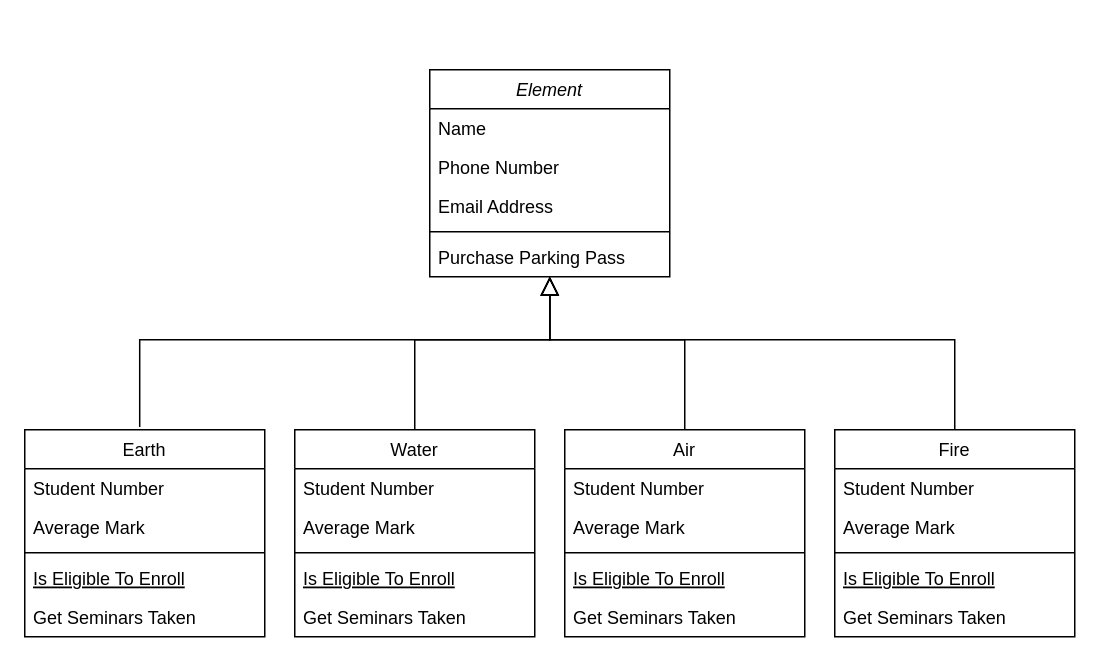
Before: UML/WarWorks.drawio in TygoB-B5/Warworks, a draw.io diagram. Source tidied: cells renumbered, new cells numbered last; positions are measured from the earlier drawing's top-left corner, leaving out a move shared by most shapes. Both pictures are drawn from the tidied source at 150%, with x=0, y=0 at pixel (24, 69).
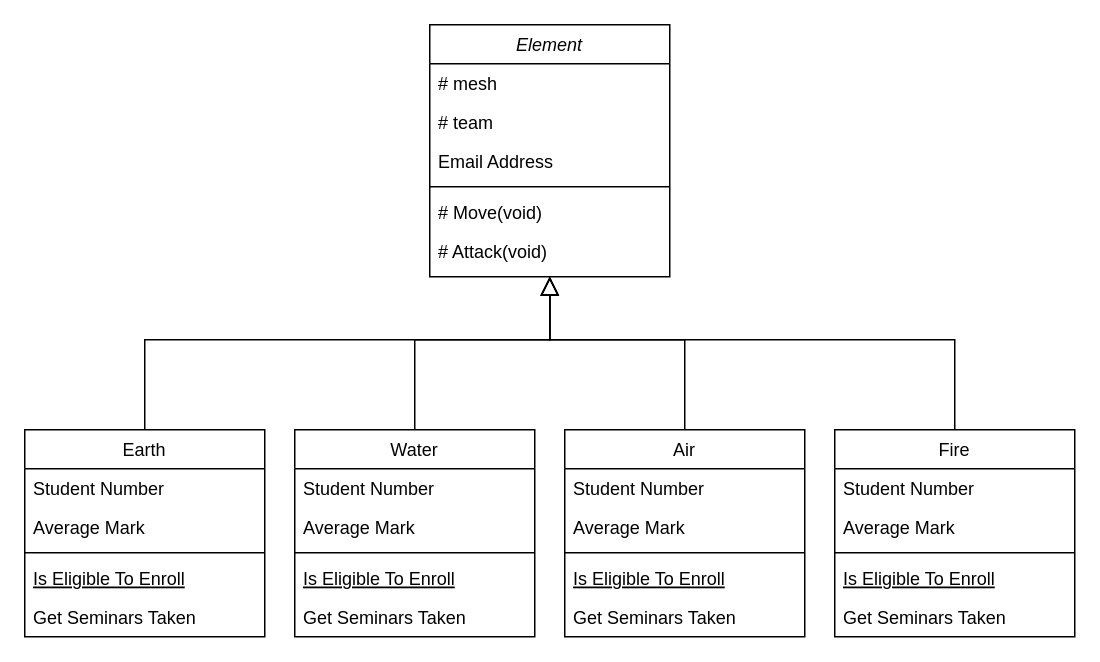
Above is the later version.

Unchanged cells that the change refers to:
```xml
<mxCell id="28" value="Earth" style="swimlane;fontStyle=0;align=center;verticalAlign=top;horizontal=1;startSize=26;rounded=0;shadow=0;strokeWidth=1;" parent="1" vertex="1">
  <mxGeometry y="240" width="160" height="138" as="geometry" />
</mxCell>
```

What changed in the source:
```diff
@@
     <mxCell id="2" value="Element" style="swimlane;fontStyle=2;align=center;verticalAlign=top;horizontal=1;startSize=26;rounded=0;shadow=0;strokeWidth=1;" parent="1" vertex="1">
-      <mxGeometry x="270" width="160" height="138" as="geometry" />
+      <mxGeometry x="270" y="-30" width="160" height="168" as="geometry" />
     </mxCell>
-    <mxCell id="3" value="Name" style="text;align=left;verticalAlign=top;spacingLeft=4;spacingRight=4;overflow=hidden;" parent="2" vertex="1">
+    <mxCell id="3" value="# mesh" style="text;align=left;verticalAlign=top;spacingLeft=4;spacingRight=4;overflow=hidden;" parent="2" vertex="1">
       <mxGeometry y="26" width="160" height="26" as="geometry" />
     </mxCell>
-    <mxCell id="4" value="Phone Number" style="text;align=left;verticalAlign=top;spacingLeft=4;spacingRight=4;overflow=hidden;rounded=0;shadow=0;html=0;" parent="2" vertex="1">
+    <mxCell id="4" value="# team" style="text;align=left;verticalAlign=top;spacingLeft=4;spacingRight=4;overflow=hidden;rounded=0;shadow=0;html=0;" parent="2" vertex="1">
       <mxGeometry y="52" width="160" height="26" as="geometry" />
     </mxCell>
@@
-    <mxCell id="7" value="Purchase Parking Pass" style="text;align=left;verticalAlign=top;spacingLeft=4;spacingRight=4;overflow=hidden;points=[[0,0.5],[1,0.5]];portConstraint=eastwest;" parent="2" vertex="1">
+    <mxCell id="7" value="# Move(void)" style="text;align=left;verticalAlign=top;spacingLeft=4;spacingRight=4;overflow=hidden;points=[[0,0.5],[1,0.5]];portConstraint=eastwest;" parent="2" vertex="1">
       <mxGeometry y="112" width="160" height="26" as="geometry" />
     </mxCell>
+    <mxCell id="36" value="# Attack(void)" style="text;align=left;verticalAlign=top;spacingLeft=4;spacingRight=4;overflow=hidden;" parent="2" vertex="1">
+      <mxGeometry y="138" width="160" height="26" as="geometry" />
+    </mxCell>
@@
-    <mxCell id="35" style="endArrow=block;endSize=10;endFill=0;shadow=0;strokeWidth=1;rounded=0;edgeStyle=elbowEdgeStyle;elbow=vertical;exitX=0.479;exitY=-0.013;exitDx=0;exitDy=0;exitPerimeter=0;" parent="1" edge="1" source="28" target="7">
+    <mxCell id="35" style="endArrow=block;endSize=10;endFill=0;shadow=0;strokeWidth=1;rounded=0;edgeStyle=elbowEdgeStyle;elbow=vertical;exitX=0.5;exitY=0;exitDx=0;exitDy=0;" parent="1" edge="1" source="28">
       <mxGeometry relative="1" as="geometry">
+        <mxPoint x="350" y="138" as="targetPoint" />
         <Array as="points">
-          <mxPoint x="210" y="180" />
-          <mxPoint x="360" y="190" />
-          <mxPoint x="380" y="190" />
-          <mxPoint x="370" y="160" />
-          <mxPoint x="360" y="190" />
-          <mxPoint x="450" y="240" />
-          <mxPoint x="360" y="200" />
+          <mxPoint x="200" y="180" />
+          <mxPoint x="333.4" y="188" />
+          <mxPoint x="353.4" y="188" />
+          <mxPoint x="343.4" y="158" />
+          <mxPoint x="333.4" y="188" />
+          <mxPoint x="423.4" y="238" />
+          <mxPoint x="333.4" y="198" />
         </Array>
       </mxGeometry>
     </mxCell>
```
